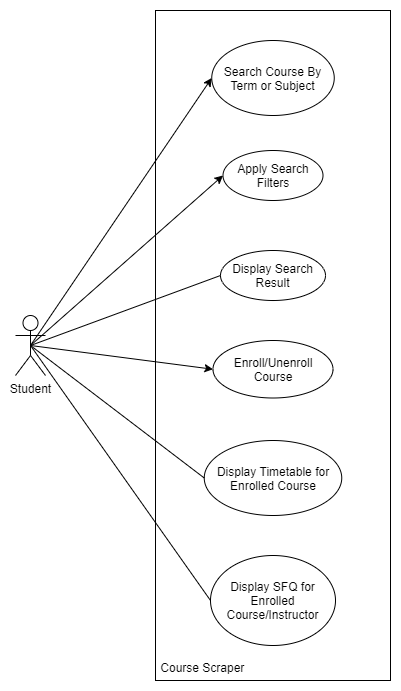
Above: Activity1/System Use Case.png in nathan-mhk/COMP3111_Project (draw.io), before the change. Source tidied: cells renumbered, new cells last; positions are measured from the earlier drawing's top-left corner, leaving out a move shared by most shapes.
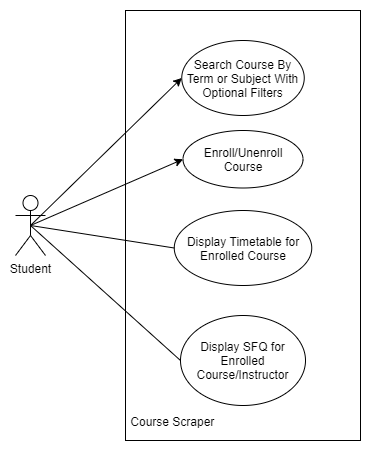
The same diagram one commit later.

Change to the diagram source:
```diff
@@ -2,45 +2,33 @@
   <root>
     <mxCell id="0" />
     <mxCell id="1" parent="0" />
-    <mxCell id="2" value="&lt;div align=&quot;left&quot;&gt;&lt;br&gt;&lt;/div&gt;&lt;div align=&quot;left&quot;&gt;&lt;br&gt;&lt;/div&gt;&lt;div align=&quot;left&quot;&gt;&lt;br&gt;&lt;/div&gt;&lt;div align=&quot;left&quot;&gt;&lt;br&gt;&lt;/div&gt;&lt;div align=&quot;left&quot;&gt;&lt;br&gt;&lt;/div&gt;&lt;div align=&quot;left&quot;&gt;&lt;br&gt;&lt;/div&gt;&lt;div align=&quot;left&quot;&gt;&lt;br&gt;&lt;/div&gt;&lt;div align=&quot;left&quot;&gt;&lt;br&gt;&lt;/div&gt;&lt;div align=&quot;left&quot;&gt;&lt;br&gt;&lt;/div&gt;&lt;div align=&quot;left&quot;&gt;&lt;br&gt;&lt;/div&gt;&lt;div align=&quot;left&quot;&gt;&lt;br&gt;&lt;/div&gt;&lt;div align=&quot;left&quot;&gt;&lt;br&gt;&lt;/div&gt;&lt;div align=&quot;left&quot;&gt;&lt;br&gt;&lt;/div&gt;&lt;div align=&quot;left&quot;&gt;&lt;br&gt;&lt;/div&gt;&lt;div align=&quot;left&quot;&gt;&lt;br&gt;&lt;/div&gt;&lt;div align=&quot;left&quot;&gt;&lt;br&gt;&lt;/div&gt;&lt;div align=&quot;left&quot;&gt;&lt;br&gt;&lt;/div&gt;&lt;div align=&quot;left&quot;&gt;&lt;br&gt;&lt;/div&gt;&lt;div align=&quot;left&quot;&gt;&lt;br&gt;&lt;/div&gt;&lt;div align=&quot;left&quot;&gt;&lt;br&gt;&lt;/div&gt;&lt;div align=&quot;left&quot;&gt;&lt;br&gt;&lt;/div&gt;&lt;div align=&quot;left&quot;&gt;&lt;br&gt;&lt;/div&gt;&lt;div align=&quot;left&quot;&gt;&lt;br&gt;&lt;/div&gt;&lt;div align=&quot;left&quot;&gt;&lt;br&gt;&lt;/div&gt;&lt;div align=&quot;left&quot;&gt;&lt;br&gt;&lt;/div&gt;&lt;div align=&quot;left&quot;&gt;&lt;br&gt;&lt;/div&gt;&lt;div align=&quot;left&quot;&gt;&lt;br&gt;&lt;/div&gt;&lt;div align=&quot;left&quot;&gt;&lt;br&gt;&lt;/div&gt;&lt;div align=&quot;left&quot;&gt;&lt;br&gt;&lt;/div&gt;&lt;div align=&quot;left&quot;&gt;&lt;br&gt;&lt;/div&gt;&lt;div align=&quot;left&quot;&gt;&lt;br&gt;&lt;/div&gt;&lt;div align=&quot;left&quot;&gt;&lt;br&gt;&lt;/div&gt;&lt;div align=&quot;left&quot;&gt;&lt;br&gt;&lt;/div&gt;&lt;div align=&quot;left&quot;&gt;&lt;br&gt;&lt;/div&gt;&lt;div align=&quot;left&quot;&gt;&lt;br&gt;&lt;/div&gt;&lt;div align=&quot;left&quot;&gt;&lt;br&gt;&lt;/div&gt;&lt;div align=&quot;left&quot;&gt;&lt;br&gt;&lt;/div&gt;&lt;div align=&quot;left&quot;&gt;&lt;br&gt;&lt;/div&gt;&lt;div align=&quot;left&quot;&gt;&lt;br&gt;&lt;/div&gt;&lt;div align=&quot;left&quot;&gt;&lt;br&gt;&lt;/div&gt;&lt;div align=&quot;left&quot;&gt;&lt;br&gt;&lt;/div&gt;&lt;div align=&quot;left&quot;&gt;&lt;br&gt;&lt;/div&gt;&lt;div align=&quot;left&quot;&gt;&lt;br&gt;&lt;/div&gt;&lt;div align=&quot;left&quot;&gt;&lt;br&gt;&lt;/div&gt;&lt;div align=&quot;left&quot;&gt;&lt;br&gt;&lt;/div&gt;&lt;div align=&quot;left&quot;&gt;&lt;br&gt;&lt;/div&gt;&lt;div align=&quot;left&quot;&gt;&amp;nbsp;Course Scraper&lt;br&gt;&lt;/div&gt;" style="rounded=0;whiteSpace=wrap;html=1;align=left;" parent="1" vertex="1">
-      <mxGeometry x="140" width="235" height="670" as="geometry" />
+    <mxCell id="2" value="&lt;div align=&quot;left&quot;&gt;&lt;br&gt;&lt;/div&gt;&lt;div align=&quot;left&quot;&gt;&lt;br&gt;&lt;/div&gt;&lt;div align=&quot;left&quot;&gt;&lt;br&gt;&lt;/div&gt;&lt;div align=&quot;left&quot;&gt;&lt;br&gt;&lt;/div&gt;&lt;div align=&quot;left&quot;&gt;&lt;br&gt;&lt;/div&gt;&lt;div align=&quot;left&quot;&gt;&lt;br&gt;&lt;/div&gt;&lt;div align=&quot;left&quot;&gt;&lt;br&gt;&lt;/div&gt;&lt;div align=&quot;left&quot;&gt;&lt;br&gt;&lt;/div&gt;&lt;div align=&quot;left&quot;&gt;&lt;br&gt;&lt;/div&gt;&lt;div align=&quot;left&quot;&gt;&lt;br&gt;&lt;/div&gt;&lt;div align=&quot;left&quot;&gt;&lt;br&gt;&lt;/div&gt;&lt;div align=&quot;left&quot;&gt;&lt;br&gt;&lt;/div&gt;&lt;div align=&quot;left&quot;&gt;&lt;br&gt;&lt;/div&gt;&lt;div align=&quot;left&quot;&gt;&lt;br&gt;&lt;/div&gt;&lt;div align=&quot;left&quot;&gt;&lt;br&gt;&lt;/div&gt;&lt;div align=&quot;left&quot;&gt;&lt;br&gt;&lt;/div&gt;&lt;div align=&quot;left&quot;&gt;&lt;br&gt;&lt;/div&gt;&lt;div align=&quot;left&quot;&gt;&lt;br&gt;&lt;/div&gt;&lt;div align=&quot;left&quot;&gt;&lt;br&gt;&lt;/div&gt;&lt;div align=&quot;left&quot;&gt;&lt;br&gt;&lt;/div&gt;&lt;div align=&quot;left&quot;&gt;&lt;br&gt;&lt;/div&gt;&lt;div align=&quot;left&quot;&gt;&lt;br&gt;&lt;/div&gt;&lt;div align=&quot;left&quot;&gt;&lt;br&gt;&lt;/div&gt;&lt;div align=&quot;left&quot;&gt;&lt;br&gt;&lt;/div&gt;&lt;div align=&quot;left&quot;&gt;&lt;br&gt;&lt;/div&gt;&lt;div align=&quot;left&quot;&gt;&lt;br&gt;&lt;/div&gt;&lt;div align=&quot;left&quot;&gt;&lt;br&gt;&lt;/div&gt;&lt;div align=&quot;left&quot;&gt;&lt;br&gt;&lt;/div&gt;&lt;div align=&quot;left&quot;&gt;&lt;span&gt;&amp;nbsp;Course Scraper&lt;/span&gt;&lt;br&gt;&lt;/div&gt;" style="rounded=0;whiteSpace=wrap;html=1;align=left;" parent="1" vertex="1">
+      <mxGeometry x="230" y="130" width="235" height="430" as="geometry" />
     </mxCell>
     <mxCell id="3" value="Student" style="shape=umlActor;verticalLabelPosition=bottom;labelBackgroundColor=#ffffff;verticalAlign=top;html=1;" parent="1" vertex="1">
-      <mxGeometry y="305" width="30" height="60" as="geometry" />
+      <mxGeometry x="120" y="315" width="30" height="60" as="geometry" />
     </mxCell>
-    <mxCell id="4" value="Search Course By Term or Subject" style="ellipse;whiteSpace=wrap;html=1;" parent="1" vertex="1">
-      <mxGeometry x="196.2" y="30" width="122.5" height="75" as="geometry" />
+    <mxCell id="4" value="Search Course By Term or Subject With Optional Filters" style="ellipse;whiteSpace=wrap;html=1;" parent="1" vertex="1">
+      <mxGeometry x="286.2" y="160" width="122.5" height="75" as="geometry" />
     </mxCell>
-    <mxCell id="5" value="Apply Search Filters" style="ellipse;whiteSpace=wrap;html=1;" parent="1" vertex="1">
-      <mxGeometry x="207.5" y="140" width="100" height="50" as="geometry" />
-    </mxCell>
-    <mxCell id="6" value="Display Search Result" style="ellipse;whiteSpace=wrap;html=1;" parent="1" vertex="1">
-      <mxGeometry x="205" y="240" width="105" height="50" as="geometry" />
-    </mxCell>
     <mxCell id="7" value="Display SFQ for Enrolled Course/Instructor" style="ellipse;whiteSpace=wrap;html=1;" parent="1" vertex="1">
-      <mxGeometry x="195" y="545" width="125" height="90" as="geometry" />
+      <mxGeometry x="285" y="435" width="125" height="90" as="geometry" />
     </mxCell>
     <mxCell id="8" value="Display Timetable for Enrolled Course" style="ellipse;whiteSpace=wrap;html=1;" parent="1" vertex="1">
-      <mxGeometry x="188.8" y="430" width="137.5" height="75" as="geometry" />
+      <mxGeometry x="278.8" y="330" width="137.5" height="75" as="geometry" />
     </mxCell>
     <mxCell id="9" value="Enroll/Unenroll Course" style="ellipse;whiteSpace=wrap;html=1;" parent="1" vertex="1">
-      <mxGeometry x="197.5" y="330" width="120" height="57.5" as="geometry" />
+      <mxGeometry x="287.5" y="250" width="120" height="57.5" as="geometry" />
     </mxCell>
     <mxCell id="10" style="endArrow=classic;html=1;entryX=0;entryY=0.5;entryDx=0;entryDy=0;exitX=0.5;exitY=0.5;exitDx=0;exitDy=0;exitPerimeter=0;" parent="1" edge="1" source="3" target="4">
       <mxGeometry relative="1" as="geometry" />
     </mxCell>
-    <mxCell id="11" style="endArrow=classic;html=1;entryX=0;entryY=0.5;entryDx=0;entryDy=0;exitX=0.5;exitY=0.5;exitDx=0;exitDy=0;exitPerimeter=0;" parent="1" edge="1" source="3" target="5">
-      <mxGeometry relative="1" as="geometry" />
-    </mxCell>
     <mxCell id="12" style="endArrow=classic;html=1;entryX=0;entryY=0.5;entryDx=0;entryDy=0;exitX=0.5;exitY=0.5;exitDx=0;exitDy=0;exitPerimeter=0;" parent="1" edge="1" source="3" target="9">
       <mxGeometry relative="1" as="geometry" />
     </mxCell>
     <mxCell id="13" style="endArrow=none;html=1;exitX=0.5;exitY=0.5;exitDx=0;exitDy=0;exitPerimeter=0;entryX=0;entryY=0.5;entryDx=0;entryDy=0;" parent="1" edge="1" source="3" target="7">
       <mxGeometry relative="1" as="geometry" />
     </mxCell>
-    <mxCell id="14" style="endArrow=none;html=1;entryX=0.5;entryY=0.5;entryDx=0;entryDy=0;entryPerimeter=0;exitX=0;exitY=0.5;exitDx=0;exitDy=0;" parent="1" edge="1" source="6" target="3">
-      <mxGeometry relative="1" as="geometry" />
-    </mxCell>
     <mxCell id="15" style="endArrow=none;html=1;entryX=0.5;entryY=0.5;entryDx=0;entryDy=0;entryPerimeter=0;exitX=0;exitY=0.5;exitDx=0;exitDy=0;" parent="1" edge="1" source="8" target="3">
       <mxGeometry relative="1" as="geometry" />
     </mxCell>
```
